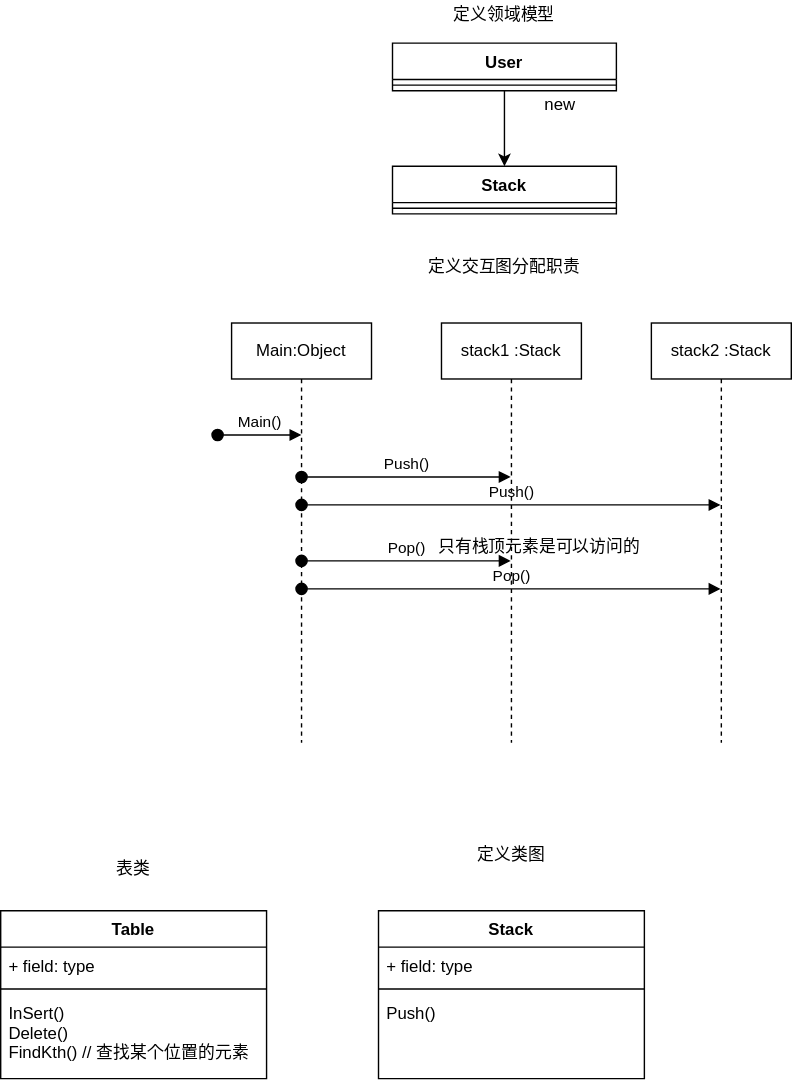
Earlier version of the draw.io export docs/temp/sketch/数据结构与算法.drawio.svg (jecyu/Notebook). Source tidied: cells renumbered, new cells last; positions are measured from the earlier drawing's top-left corner, leaving out a move shared by most shapes. The source it was exported from:
```xml
<mxGraphModel>
  <root>
    <mxCell id="0" />
    <mxCell id="1" parent="0" />
    <mxCell id="2" value="定义领域模型" style="text;html=1;strokeColor=none;fillColor=none;align=center;verticalAlign=middle;whiteSpace=wrap;rounded=0;" parent="1" vertex="1">
      <mxGeometry x="290" width="140" height="20" as="geometry" />
    </mxCell>
    <mxCell id="3" style="edgeStyle=orthogonalEdgeStyle;rounded=0;jettySize=auto;html=1;" parent="1" edge="1" source="7" target="5">
      <mxGeometry relative="1" as="geometry" />
    </mxCell>
    <mxCell id="4" value="new" style="text;html=1;strokeColor=none;fillColor=none;align=center;verticalAlign=middle;whiteSpace=wrap;rounded=0;" parent="1" vertex="1">
      <mxGeometry x="380" y="64" width="40" height="20" as="geometry" />
    </mxCell>
    <mxCell id="5" value="Stack" style="swimlane;fontStyle=1;align=center;verticalAlign=top;horizontal=1;startSize=26;" parent="1" vertex="1">
      <mxGeometry x="280" y="118" width="160" height="34" as="geometry" />
    </mxCell>
    <mxCell id="6" style="line;strokeWidth=1;fillColor=none;align=left;verticalAlign=middle;spacingTop=-1;spacingLeft=3;spacingRight=3;labelPosition=right;" parent="5" vertex="1">
      <mxGeometry y="26" width="160" height="8" as="geometry" />
    </mxCell>
    <mxCell id="7" value="User" style="swimlane;fontStyle=1;align=center;verticalAlign=top;horizontal=1;startSize=26;" parent="1" vertex="1">
      <mxGeometry x="280" y="30" width="160" height="34" as="geometry" />
    </mxCell>
    <mxCell id="8" style="line;strokeWidth=1;fillColor=none;align=left;verticalAlign=middle;spacingTop=-1;spacingLeft=3;spacingRight=3;labelPosition=right;" parent="7" vertex="1">
      <mxGeometry y="26" width="160" height="8" as="geometry" />
    </mxCell>
    <mxCell id="9" value="定义交互图分配职责" style="text;html=1;strokeColor=none;fillColor=none;align=center;verticalAlign=middle;whiteSpace=wrap;rounded=0;" parent="1" vertex="1">
      <mxGeometry x="290" y="180" width="140" height="20" as="geometry" />
    </mxCell>
    <mxCell id="10" value="定义类图" style="text;html=1;strokeColor=none;fillColor=none;align=center;verticalAlign=middle;whiteSpace=wrap;rounded=0;" parent="1" vertex="1">
      <mxGeometry x="295" y="600" width="140" height="20" as="geometry" />
    </mxCell>
    <mxCell id="11" value="表类" style="text;html=1;strokeColor=none;fillColor=none;align=center;verticalAlign=middle;whiteSpace=wrap;rounded=0;" parent="1" vertex="1">
      <mxGeometry x="75" y="610" width="40" height="20" as="geometry" />
    </mxCell>
    <mxCell id="12" value="Main:Object" style="shape=umlLifeline;perimeter=lifelinePerimeter;whiteSpace=wrap;html=1;" parent="1" vertex="1">
      <mxGeometry x="165" y="230" width="100" height="300" as="geometry" />
    </mxCell>
    <mxCell id="13" value="Push()" style="html=1;verticalAlign=bottom;startArrow=oval;startFill=1;endArrow=block;startSize=8;" parent="12" edge="1" target="17">
      <mxGeometry relative="1" as="geometry">
        <mxPoint x="50" y="110" as="sourcePoint" />
      </mxGeometry>
    </mxCell>
    <mxCell id="14" value="Pop()" style="html=1;verticalAlign=bottom;startArrow=oval;startFill=1;endArrow=block;startSize=8;" parent="12" edge="1" target="18">
      <mxGeometry relative="1" as="geometry">
        <mxPoint x="50" y="190" as="sourcePoint" />
      </mxGeometry>
    </mxCell>
    <mxCell id="15" value="Push()" style="html=1;verticalAlign=bottom;startArrow=oval;startFill=1;endArrow=block;startSize=8;" parent="12" edge="1" target="18">
      <mxGeometry relative="1" as="geometry">
        <mxPoint x="50" y="130" as="sourcePoint" />
      </mxGeometry>
    </mxCell>
    <mxCell id="16" value="Pop()" style="html=1;verticalAlign=bottom;startArrow=oval;startFill=1;endArrow=block;startSize=8;" parent="12" edge="1" target="17">
      <mxGeometry relative="1" as="geometry">
        <mxPoint x="50" y="170" as="sourcePoint" />
      </mxGeometry>
    </mxCell>
    <mxCell id="17" value="&lt;span&gt;stack1&lt;/span&gt;:Stack" style="shape=umlLifeline;perimeter=lifelinePerimeter;whiteSpace=wrap;html=1;outlineConnect=0;" parent="1" vertex="1">
      <mxGeometry x="315" y="230" width="100" height="300" as="geometry" />
    </mxCell>
    <mxCell id="18" value="&lt;span&gt;stack2&lt;/span&gt;:Stack" style="shape=umlLifeline;perimeter=lifelinePerimeter;whiteSpace=wrap;html=1;outlineConnect=0;" parent="1" vertex="1">
      <mxGeometry x="465" y="230" width="100" height="300" as="geometry" />
    </mxCell>
    <mxCell id="19" value="Main()" style="html=1;verticalAlign=bottom;startArrow=oval;startFill=1;endArrow=block;startSize=8;" parent="1" edge="1">
      <mxGeometry relative="1" as="geometry">
        <mxPoint x="155" y="310" as="sourcePoint" />
        <mxPoint x="215" y="310" as="targetPoint" />
      </mxGeometry>
    </mxCell>
    <mxCell id="20" value="Table" style="swimlane;fontStyle=1;align=center;verticalAlign=top;horizontal=1;startSize=26;" parent="1" vertex="1">
      <mxGeometry y="650" width="190" height="120" as="geometry" />
    </mxCell>
    <mxCell id="21" value="+ field: type" style="text;strokeColor=none;fillColor=none;align=left;verticalAlign=top;spacingLeft=4;spacingRight=4;overflow=hidden;" parent="20" vertex="1">
      <mxGeometry y="26" width="190" height="26" as="geometry" />
    </mxCell>
    <mxCell id="22" style="line;strokeWidth=1;fillColor=none;align=left;verticalAlign=middle;spacingTop=-1;spacingLeft=3;spacingRight=3;labelPosition=right;" parent="20" vertex="1">
      <mxGeometry y="52" width="190" height="8" as="geometry" />
    </mxCell>
    <mxCell id="23" value="InSert()&#10;Delete()&#10;FindKth() // 查找某个位置的元素" style="text;strokeColor=none;fillColor=none;align=left;verticalAlign=top;spacingLeft=4;spacingRight=4;overflow=hidden;" parent="20" vertex="1">
      <mxGeometry y="60" width="190" height="60" as="geometry" />
    </mxCell>
    <mxCell id="24" value="Stack" style="swimlane;fontStyle=1;align=center;verticalAlign=top;horizontal=1;startSize=26;" parent="1" vertex="1">
      <mxGeometry x="270" y="650" width="190" height="120" as="geometry" />
    </mxCell>
    <mxCell id="25" value="+ field: type" style="text;strokeColor=none;fillColor=none;align=left;verticalAlign=top;spacingLeft=4;spacingRight=4;overflow=hidden;" parent="24" vertex="1">
      <mxGeometry y="26" width="190" height="26" as="geometry" />
    </mxCell>
    <mxCell id="26" style="line;strokeWidth=1;fillColor=none;align=left;verticalAlign=middle;spacingTop=-1;spacingLeft=3;spacingRight=3;labelPosition=right;" parent="24" vertex="1">
      <mxGeometry y="52" width="190" height="8" as="geometry" />
    </mxCell>
    <mxCell id="27" value="Push()&#10;" style="text;strokeColor=none;fillColor=none;align=left;verticalAlign=top;spacingLeft=4;spacingRight=4;overflow=hidden;" parent="24" vertex="1">
      <mxGeometry y="60" width="190" height="60" as="geometry" />
    </mxCell>
    <mxCell id="28" value="只有栈顶元素是可以访问的" style="text;html=1;strokeColor=none;fillColor=none;align=center;verticalAlign=middle;whiteSpace=wrap;rounded=0;" parent="1" vertex="1">
      <mxGeometry x="305" y="380" width="160" height="20" as="geometry" />
    </mxCell>
  </root>
</mxGraphModel>
```
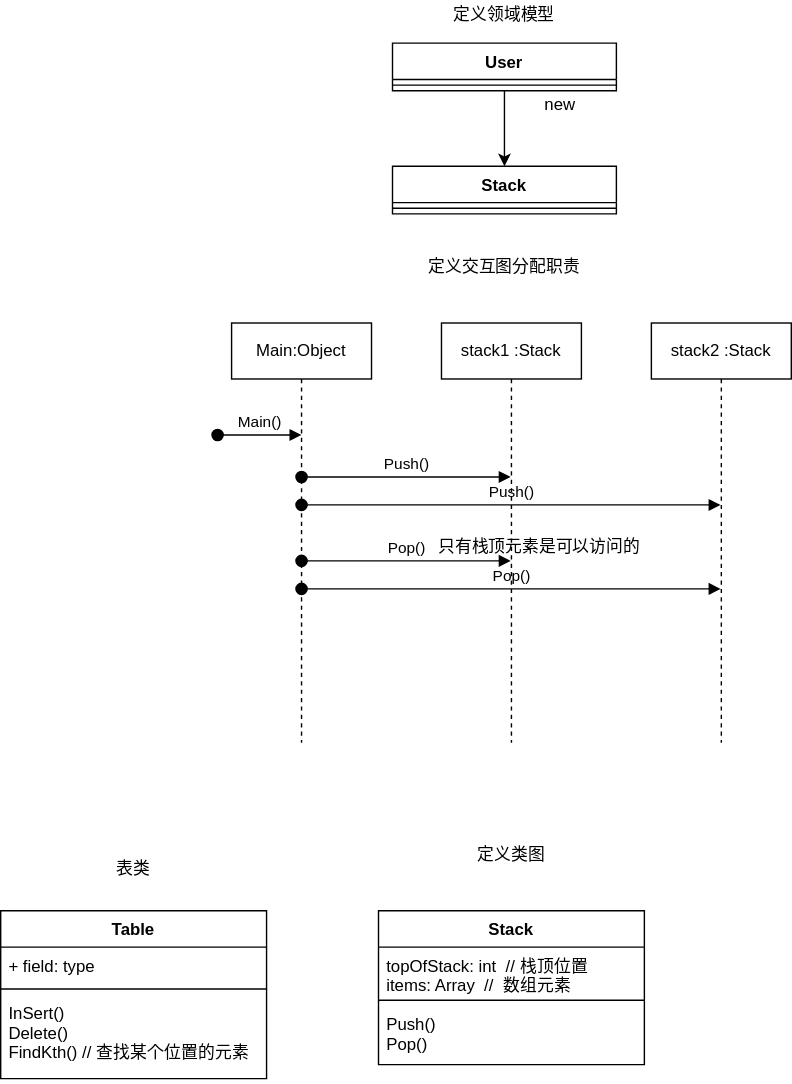
The same diagram one commit later.

The edit, as a diff of the source:
```diff
@@ -80,16 +80,16 @@
       <mxGeometry y="60" width="190" height="60" as="geometry" />
     </mxCell>
     <mxCell id="24" value="Stack" style="swimlane;fontStyle=1;align=center;verticalAlign=top;horizontal=1;startSize=26;" parent="1" vertex="1">
-      <mxGeometry x="270" y="650" width="190" height="120" as="geometry" />
+      <mxGeometry x="270" y="650" width="190" height="110" as="geometry" />
     </mxCell>
-    <mxCell id="25" value="+ field: type" style="text;strokeColor=none;fillColor=none;align=left;verticalAlign=top;spacingLeft=4;spacingRight=4;overflow=hidden;" parent="24" vertex="1">
-      <mxGeometry y="26" width="190" height="26" as="geometry" />
+    <mxCell id="25" value="topOfStack: int  // 栈顶位置&#10;items: Array  //  数组元素" style="text;strokeColor=none;fillColor=none;align=left;verticalAlign=top;spacingLeft=4;spacingRight=4;overflow=hidden;" parent="24" vertex="1">
+      <mxGeometry y="26" width="190" height="34" as="geometry" />
     </mxCell>
     <mxCell id="26" style="line;strokeWidth=1;fillColor=none;align=left;verticalAlign=middle;spacingTop=-1;spacingLeft=3;spacingRight=3;labelPosition=right;" parent="24" vertex="1">
-      <mxGeometry y="52" width="190" height="8" as="geometry" />
+      <mxGeometry y="60" width="190" height="8" as="geometry" />
     </mxCell>
-    <mxCell id="27" value="Push()&#10;" style="text;strokeColor=none;fillColor=none;align=left;verticalAlign=top;spacingLeft=4;spacingRight=4;overflow=hidden;" parent="24" vertex="1">
-      <mxGeometry y="60" width="190" height="60" as="geometry" />
+    <mxCell id="27" value="Push()&#10;Pop()" style="text;strokeColor=none;fillColor=none;align=left;verticalAlign=top;spacingLeft=4;spacingRight=4;overflow=hidden;" parent="24" vertex="1">
+      <mxGeometry y="68" width="190" height="42" as="geometry" />
     </mxCell>
     <mxCell id="28" value="只有栈顶元素是可以访问的" style="text;html=1;strokeColor=none;fillColor=none;align=center;verticalAlign=middle;whiteSpace=wrap;rounded=0;" parent="1" vertex="1">
       <mxGeometry x="305" y="380" width="160" height="20" as="geometry" />
```
